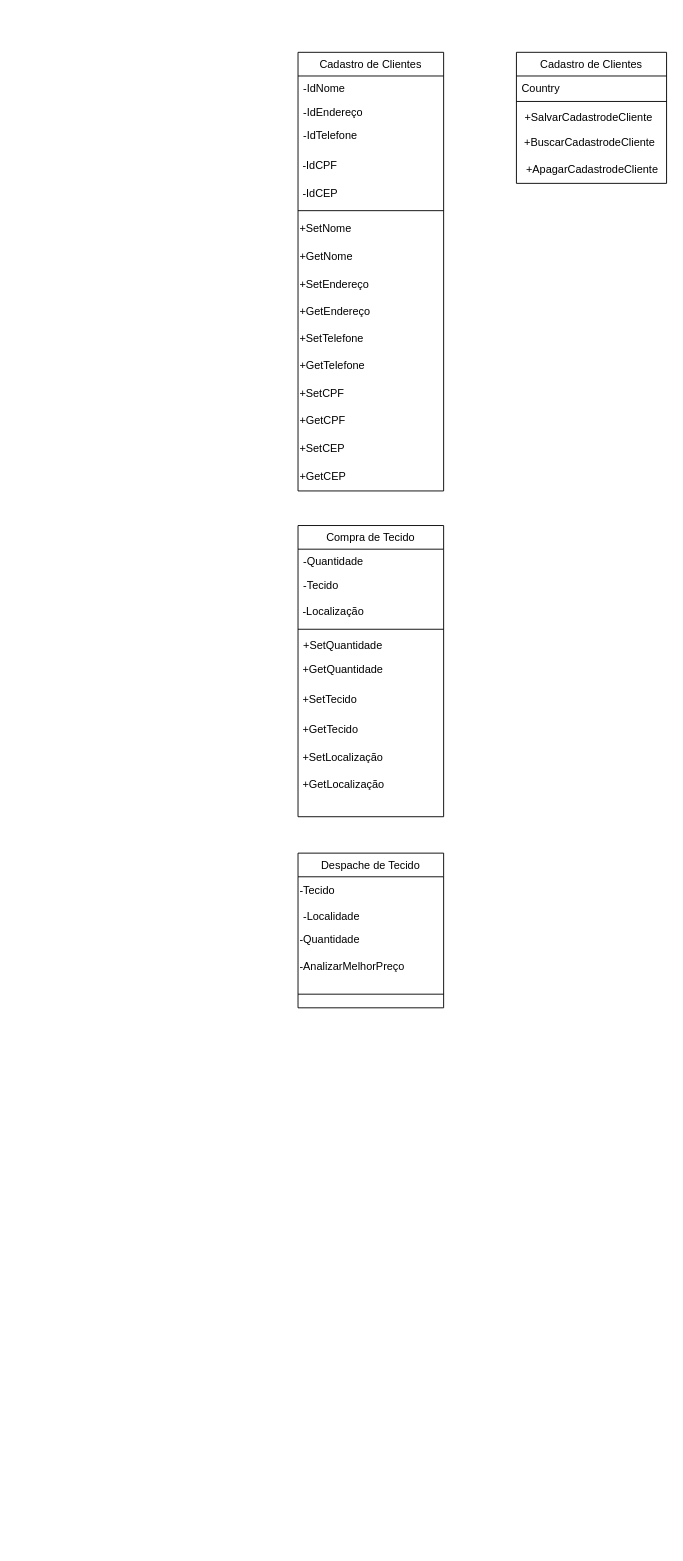
anninha2006/fluxograma keeps this draw.io diagram as diagrama/Classe.drawio. Above is the earlier version. Source tidied: cells renumbered, new cells numbered last; positions are measured from the earlier drawing's top-left corner, leaving out a move shared by most shapes. Both pictures are drawn from the tidied source at 91%, with x=0, y=0 at pixel (298, 52).
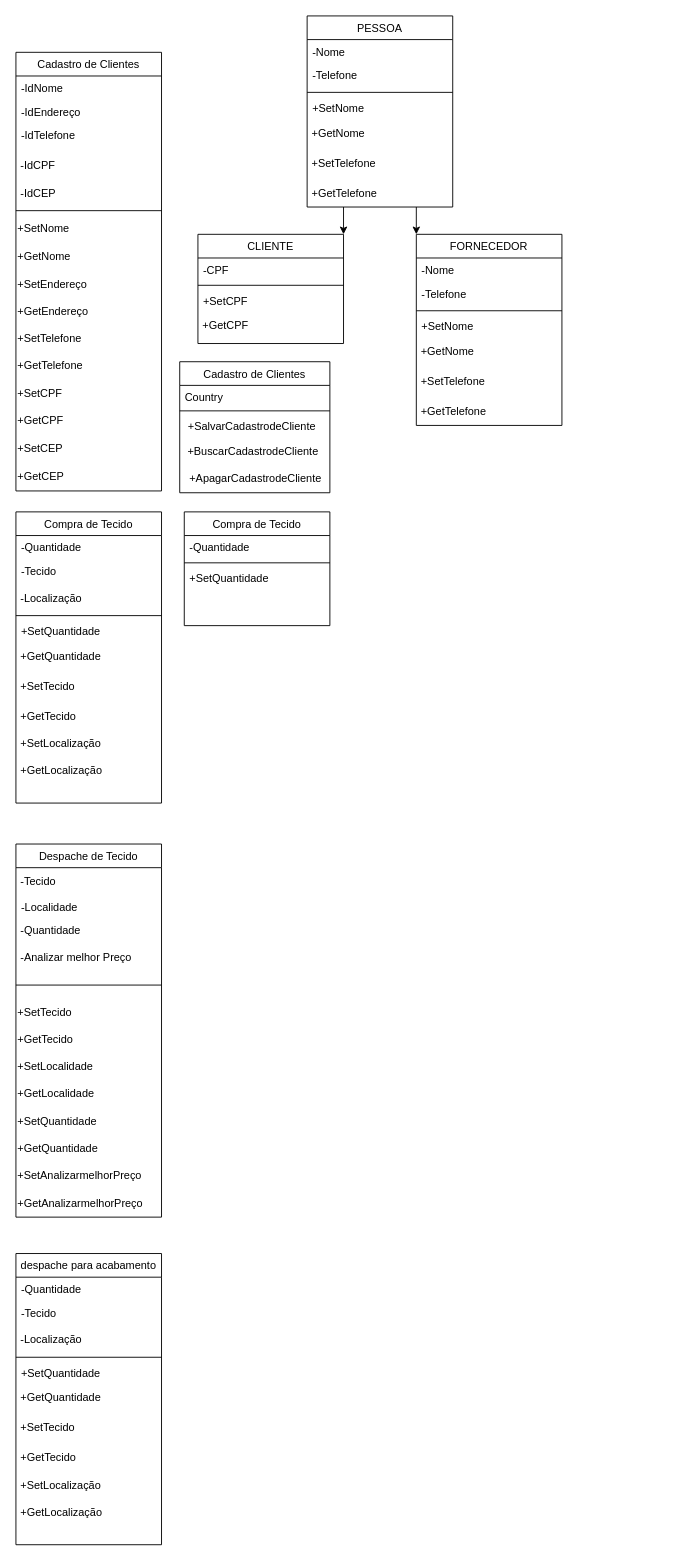
Above is the later version.

What changed in the source:
```diff
@@
     <mxCell id="2" value="Compra de Tecido" style="swimlane;fontStyle=0;align=center;verticalAlign=top;horizontal=1;startSize=26;rounded=0;shadow=0;strokeWidth=1;" parent="1" vertex="1">
-      <mxGeometry y="520" width="160" height="320" as="geometry" />
+      <mxGeometry x="-310" y="505" width="160" height="320" as="geometry" />
     </mxCell>
@@
     <mxCell id="13" value="Despache de Tecido" style="swimlane;fontStyle=0;align=center;verticalAlign=top;horizontal=1;startSize=26;rounded=0;shadow=0;strokeWidth=1;" parent="1" vertex="1">
-      <mxGeometry y="880" width="160" height="170" as="geometry" />
+      <mxGeometry x="-310" y="870" width="160" height="410" as="geometry" />
     </mxCell>
-    <mxCell id="14" value="-Tecido" style="text;html=1;align=left;verticalAlign=middle;whiteSpace=wrap;rounded=0;" parent="13" vertex="1">
+    <mxCell id="14" value="&amp;nbsp;-Tecido" style="text;html=1;align=left;verticalAlign=middle;whiteSpace=wrap;rounded=0;" parent="13" vertex="1">
       <mxGeometry y="26" width="160" height="30" as="geometry" />
     </mxCell>
@@
-    <mxCell id="16" value="-Quantidade" style="text;html=1;align=left;verticalAlign=middle;whiteSpace=wrap;rounded=0;" parent="13" vertex="1">
+    <mxCell id="16" value="&amp;nbsp;-Quantidade" style="text;html=1;align=left;verticalAlign=middle;whiteSpace=wrap;rounded=0;" parent="13" vertex="1">
       <mxGeometry y="80" width="160" height="30" as="geometry" />
     </mxCell>
-    <mxCell id="17" value="-AnalizarMelhorPreço" style="text;html=1;align=left;verticalAlign=middle;whiteSpace=wrap;rounded=0;" parent="13" vertex="1">
+    <mxCell id="17" value="&amp;nbsp;-Analizar melhor Preço" style="text;html=1;align=left;verticalAlign=middle;whiteSpace=wrap;rounded=0;" parent="13" vertex="1">
       <mxGeometry y="110" width="160" height="30" as="geometry" />
     </mxCell>
@@
+    <mxCell id="42" value="+SetTecido" style="text;html=1;align=left;verticalAlign=middle;whiteSpace=wrap;rounded=0;" parent="13" vertex="1">
+      <mxGeometry y="170" width="160" height="30" as="geometry" />
+    </mxCell>
+    <mxCell id="43" value="+GetTecido" style="text;html=1;align=left;verticalAlign=middle;whiteSpace=wrap;rounded=0;" parent="13" vertex="1">
+      <mxGeometry y="200" width="160" height="30" as="geometry" />
+    </mxCell>
+    <mxCell id="44" value="+SetLocalidade" style="text;html=1;align=left;verticalAlign=middle;whiteSpace=wrap;rounded=0;" parent="13" vertex="1">
+      <mxGeometry y="230" width="160" height="30" as="geometry" />
+    </mxCell>
+    <mxCell id="45" value="+GetLocalidade" style="text;html=1;align=left;verticalAlign=middle;whiteSpace=wrap;rounded=0;" parent="13" vertex="1">
+      <mxGeometry y="260" width="160" height="30" as="geometry" />
+    </mxCell>
+    <mxCell id="46" value="+SetQuantidade" style="text;html=1;align=left;verticalAlign=middle;whiteSpace=wrap;rounded=0;" parent="13" vertex="1">
+      <mxGeometry y="290" width="160" height="30" as="geometry" />
+    </mxCell>
+    <mxCell id="47" value="+GetQuantidade" style="text;html=1;align=left;verticalAlign=middle;whiteSpace=wrap;rounded=0;" parent="13" vertex="1">
+      <mxGeometry y="320" width="160" height="30" as="geometry" />
+    </mxCell>
+    <mxCell id="48" value="+SetAnalizarmelhorPreço" style="text;html=1;align=left;verticalAlign=middle;whiteSpace=wrap;rounded=0;" parent="13" vertex="1">
+      <mxGeometry y="350" width="160" height="30" as="geometry" />
+    </mxCell>
+    <mxCell id="49" value="+GetAnalizarmelhorPreço" style="text;html=1;align=left;verticalAlign=middle;whiteSpace=wrap;rounded=0;" parent="13" vertex="1">
+      <mxGeometry y="380" width="160" height="30" as="geometry" />
+    </mxCell>
     <mxCell id="19" value="Cadastro de Clientes" style="swimlane;fontStyle=0;align=center;verticalAlign=top;horizontal=1;startSize=26;rounded=0;shadow=0;strokeWidth=1;" parent="1" vertex="1">
-      <mxGeometry x="240" width="165" height="144" as="geometry" />
+      <mxGeometry x="-130" y="340" width="165" height="144" as="geometry" />
     </mxCell>
@@
     <mxCell id="25" value="Cadastro de Clientes" style="swimlane;fontStyle=0;align=center;verticalAlign=top;horizontal=1;startSize=26;rounded=0;shadow=0;strokeWidth=1;" parent="1" vertex="1">
-      <mxGeometry width="160" height="482" as="geometry" />
+      <mxGeometry x="-310" width="160" height="482" as="geometry" />
     </mxCell>
@@
+    <mxCell id="50" value="PESSOA" style="swimlane;fontStyle=0;align=center;verticalAlign=top;horizontal=1;startSize=26;rounded=0;shadow=0;strokeWidth=1;" parent="1" vertex="1">
+      <mxGeometry x="10" y="-40" width="160" height="210" as="geometry" />
+    </mxCell>
+    <mxCell id="51" value="-Nome" style="text;align=left;verticalAlign=top;spacingLeft=4;spacingRight=4;overflow=hidden;" parent="50" vertex="1">
+      <mxGeometry y="26" width="160" height="26" as="geometry" />
+    </mxCell>
+    <mxCell id="52" value="-Telefone" style="text;align=left;verticalAlign=top;spacingLeft=4;spacingRight=4;overflow=hidden;rounded=0;shadow=0;html=0;" parent="50" vertex="1">
+      <mxGeometry y="52" width="160" height="28" as="geometry" />
+    </mxCell>
+    <mxCell id="53" style="line;html=1;strokeWidth=1;align=left;verticalAlign=middle;spacingTop=-1;spacingLeft=3;spacingRight=3;labelPosition=right;" parent="50" vertex="1">
+      <mxGeometry y="80" width="160" height="8" as="geometry" />
+    </mxCell>
+    <mxCell id="54" value="+SetNome" style="text;align=left;verticalAlign=top;spacingLeft=4;spacingRight=4;overflow=hidden;" parent="50" vertex="1">
+      <mxGeometry y="88" width="160" height="26" as="geometry" />
+    </mxCell>
+    <mxCell id="55" value="&amp;nbsp;+GetNome" style="text;html=1;align=left;verticalAlign=middle;whiteSpace=wrap;rounded=0;" parent="50" vertex="1">
+      <mxGeometry y="114" width="160" height="30" as="geometry" />
+    </mxCell>
+    <mxCell id="56" value="&amp;nbsp;+SetTelefone" style="text;html=1;align=left;verticalAlign=middle;whiteSpace=wrap;rounded=0;" parent="50" vertex="1">
+      <mxGeometry y="144" width="160" height="36" as="geometry" />
+    </mxCell>
+    <mxCell id="57" value="&amp;nbsp;+GetTelefone" style="text;html=1;align=left;verticalAlign=middle;whiteSpace=wrap;rounded=0;" parent="50" vertex="1">
+      <mxGeometry y="180" width="160" height="30" as="geometry" />
+    </mxCell>
+    <mxCell id="58" value="CLIENTE" style="swimlane;fontStyle=0;align=center;verticalAlign=top;horizontal=1;startSize=26;rounded=0;shadow=0;strokeWidth=1;" parent="1" vertex="1">
+      <mxGeometry x="-110" y="200" width="160" height="120" as="geometry" />
+    </mxCell>
+    <mxCell id="59" value="-CPF" style="text;align=left;verticalAlign=top;spacingLeft=4;spacingRight=4;overflow=hidden;" parent="58" vertex="1">
+      <mxGeometry y="26" width="160" height="26" as="geometry" />
+    </mxCell>
+    <mxCell id="60" style="line;html=1;strokeWidth=1;align=left;verticalAlign=middle;spacingTop=-1;spacingLeft=3;spacingRight=3;labelPosition=right;" parent="58" vertex="1">
+      <mxGeometry y="52" width="160" height="8" as="geometry" />
+    </mxCell>
+    <mxCell id="61" value="+SetCPF" style="text;align=left;verticalAlign=top;spacingLeft=4;spacingRight=4;overflow=hidden;" parent="58" vertex="1">
+      <mxGeometry y="60" width="160" height="26" as="geometry" />
+    </mxCell>
+    <mxCell id="62" value="&amp;nbsp;+GetCPF" style="text;html=1;align=left;verticalAlign=middle;whiteSpace=wrap;rounded=0;" parent="58" vertex="1">
+      <mxGeometry y="86" width="160" height="30" as="geometry" />
+    </mxCell>
+    <mxCell id="63" value="FORNECEDOR" style="swimlane;fontStyle=0;align=center;verticalAlign=top;horizontal=1;startSize=26;rounded=0;shadow=0;strokeWidth=1;" parent="1" vertex="1">
+      <mxGeometry x="130" y="200" width="160" height="210" as="geometry" />
+    </mxCell>
+    <mxCell id="64" value="-Nome" style="text;align=left;verticalAlign=top;spacingLeft=4;spacingRight=4;overflow=hidden;" parent="63" vertex="1">
+      <mxGeometry y="26" width="160" height="26" as="geometry" />
+    </mxCell>
+    <mxCell id="65" value="-Telefone" style="text;align=left;verticalAlign=top;spacingLeft=4;spacingRight=4;overflow=hidden;rounded=0;shadow=0;html=0;" parent="63" vertex="1">
+      <mxGeometry y="52" width="160" height="28" as="geometry" />
+    </mxCell>
+    <mxCell id="66" style="line;html=1;strokeWidth=1;align=left;verticalAlign=middle;spacingTop=-1;spacingLeft=3;spacingRight=3;labelPosition=right;" parent="63" vertex="1">
+      <mxGeometry y="80" width="160" height="8" as="geometry" />
+    </mxCell>
+    <mxCell id="67" value="+SetNome" style="text;align=left;verticalAlign=top;spacingLeft=4;spacingRight=4;overflow=hidden;" parent="63" vertex="1">
+      <mxGeometry y="88" width="160" height="26" as="geometry" />
+    </mxCell>
+    <mxCell id="68" value="&amp;nbsp;+GetNome" style="text;html=1;align=left;verticalAlign=middle;whiteSpace=wrap;rounded=0;" parent="63" vertex="1">
+      <mxGeometry y="114" width="160" height="30" as="geometry" />
+    </mxCell>
+    <mxCell id="69" value="&amp;nbsp;+SetTelefone" style="text;html=1;align=left;verticalAlign=middle;whiteSpace=wrap;rounded=0;" parent="63" vertex="1">
+      <mxGeometry y="144" width="160" height="36" as="geometry" />
+    </mxCell>
+    <mxCell id="70" value="&amp;nbsp;+GetTelefone" style="text;html=1;align=left;verticalAlign=middle;whiteSpace=wrap;rounded=0;" parent="63" vertex="1">
+      <mxGeometry y="180" width="160" height="30" as="geometry" />
+    </mxCell>
+    <mxCell id="71" style="edgeStyle=orthogonalEdgeStyle;rounded=0;jettySize=auto;html=1;exitX=0.25;exitY=1;exitDx=0;exitDy=0;entryX=1;entryY=0;entryDx=0;entryDy=0;" parent="1" edge="1" source="57" target="58">
+      <mxGeometry relative="1" as="geometry" />
+    </mxCell>
+    <mxCell id="72" style="edgeStyle=orthogonalEdgeStyle;rounded=0;jettySize=auto;html=1;exitX=0.75;exitY=1;exitDx=0;exitDy=0;entryX=0;entryY=0;entryDx=0;entryDy=0;" parent="1" edge="1" source="57" target="63">
+      <mxGeometry relative="1" as="geometry" />
+    </mxCell>
+    <mxCell id="73" value="despache para acabamento" style="swimlane;fontStyle=0;align=center;verticalAlign=top;horizontal=1;startSize=26;rounded=0;shadow=0;strokeWidth=1;" parent="1" vertex="1">
+      <mxGeometry x="-310" y="1320" width="160" height="320" as="geometry" />
+    </mxCell>
+    <mxCell id="74" value="-Quantidade" style="text;align=left;verticalAlign=top;spacingLeft=4;spacingRight=4;overflow=hidden;" parent="73" vertex="1">
+      <mxGeometry y="26" width="160" height="26" as="geometry" />
+    </mxCell>
+    <mxCell id="75" value="-Tecido" style="text;align=left;verticalAlign=top;spacingLeft=4;spacingRight=4;overflow=hidden;rounded=0;shadow=0;html=0;" parent="73" vertex="1">
+      <mxGeometry y="52" width="160" height="28" as="geometry" />
+    </mxCell>
+    <mxCell id="76" value="&amp;nbsp;-Localização" style="text;html=1;align=left;verticalAlign=middle;whiteSpace=wrap;rounded=0;" parent="73" vertex="1">
+      <mxGeometry y="80" width="160" height="30" as="geometry" />
+    </mxCell>
+    <mxCell id="77" style="line;html=1;strokeWidth=1;align=left;verticalAlign=middle;spacingTop=-1;spacingLeft=3;spacingRight=3;labelPosition=right;" parent="73" vertex="1">
+      <mxGeometry y="110" width="160" height="8" as="geometry" />
+    </mxCell>
+    <mxCell id="78" value="+SetQuantidade" style="text;align=left;verticalAlign=top;spacingLeft=4;spacingRight=4;overflow=hidden;" parent="73" vertex="1">
+      <mxGeometry y="118" width="160" height="26" as="geometry" />
+    </mxCell>
+    <mxCell id="79" value="&amp;nbsp;+GetQuantidade" style="text;html=1;align=left;verticalAlign=middle;whiteSpace=wrap;rounded=0;" parent="73" vertex="1">
+      <mxGeometry y="144" width="160" height="30" as="geometry" />
+    </mxCell>
+    <mxCell id="80" value="&amp;nbsp;+SetTecido" style="text;html=1;align=left;verticalAlign=middle;whiteSpace=wrap;rounded=0;" parent="73" vertex="1">
+      <mxGeometry y="174" width="160" height="36" as="geometry" />
+    </mxCell>
+    <mxCell id="81" value="&amp;nbsp;+GetTecido" style="text;html=1;align=left;verticalAlign=middle;whiteSpace=wrap;rounded=0;" parent="73" vertex="1">
+      <mxGeometry y="210" width="160" height="30" as="geometry" />
+    </mxCell>
+    <mxCell id="82" value="&amp;nbsp;+SetLocalização" style="text;html=1;align=left;verticalAlign=middle;whiteSpace=wrap;rounded=0;" parent="73" vertex="1">
+      <mxGeometry y="240" width="160" height="30" as="geometry" />
+    </mxCell>
+    <mxCell id="83" value="&amp;nbsp;+GetLocalização" style="text;html=1;align=left;verticalAlign=middle;whiteSpace=wrap;rounded=0;" parent="73" vertex="1">
+      <mxGeometry y="270" width="160" height="30" as="geometry" />
+    </mxCell>
+    <mxCell id="84" value="Compra de Tecido" style="swimlane;fontStyle=0;align=center;verticalAlign=top;horizontal=1;startSize=26;rounded=0;shadow=0;strokeWidth=1;" parent="1" vertex="1">
+      <mxGeometry x="-125" y="505" width="160" height="125" as="geometry" />
+    </mxCell>
+    <mxCell id="85" value="-Quantidade" style="text;align=left;verticalAlign=top;spacingLeft=4;spacingRight=4;overflow=hidden;" parent="84" vertex="1">
+      <mxGeometry y="26" width="160" height="26" as="geometry" />
+    </mxCell>
+    <mxCell id="86" style="line;html=1;strokeWidth=1;align=left;verticalAlign=middle;spacingTop=-1;spacingLeft=3;spacingRight=3;labelPosition=right;" parent="84" vertex="1">
+      <mxGeometry y="52" width="160" height="8" as="geometry" />
+    </mxCell>
+    <mxCell id="87" value="+SetQuantidade" style="text;align=left;verticalAlign=top;spacingLeft=4;spacingRight=4;overflow=hidden;" parent="84" vertex="1">
+      <mxGeometry y="60" width="160" height="26" as="geometry" />
+    </mxCell>
```
